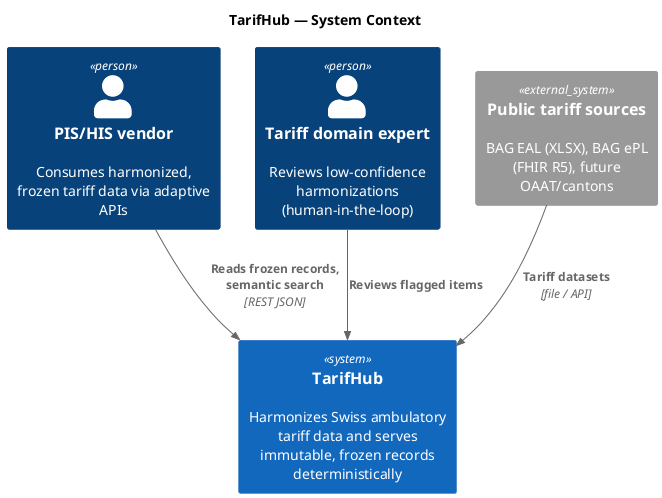
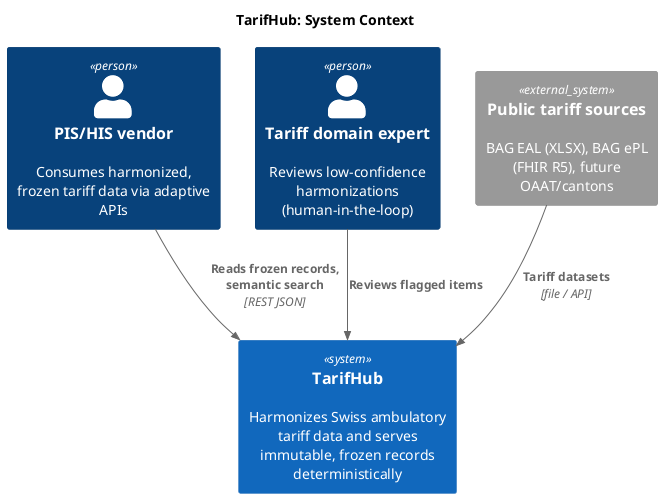
@startuml c4-context
' C4 System Context for TarifHub.
' Render: plantuml docs/diagrams/c4-context.puml  (C4 stdlib is bundled with plantuml >= 1.2023; no internet needed)
!include <C4/C4_Context>

- title TarifHub — System Context
+ title TarifHub: System Context

Person(vendor, "PIS/HIS vendor", "Consumes harmonized, frozen tariff data via adaptive APIs")
Person(expert, "Tariff domain expert", "Reviews low-confidence harmonizations (human-in-the-loop)")

System(tarifhub, "TarifHub", "Harmonizes Swiss ambulatory tariff data and serves immutable, frozen records deterministically")

System_Ext(sources, "Public tariff sources", "BAG EAL (XLSX), BAG ePL (FHIR R5), future OAAT/cantons")

Rel(sources, tarifhub, "Tariff datasets", "file / API")
Rel(vendor, tarifhub, "Reads frozen records, semantic search", "REST JSON")
Rel(expert, tarifhub, "Reviews flagged items")

@enduml
